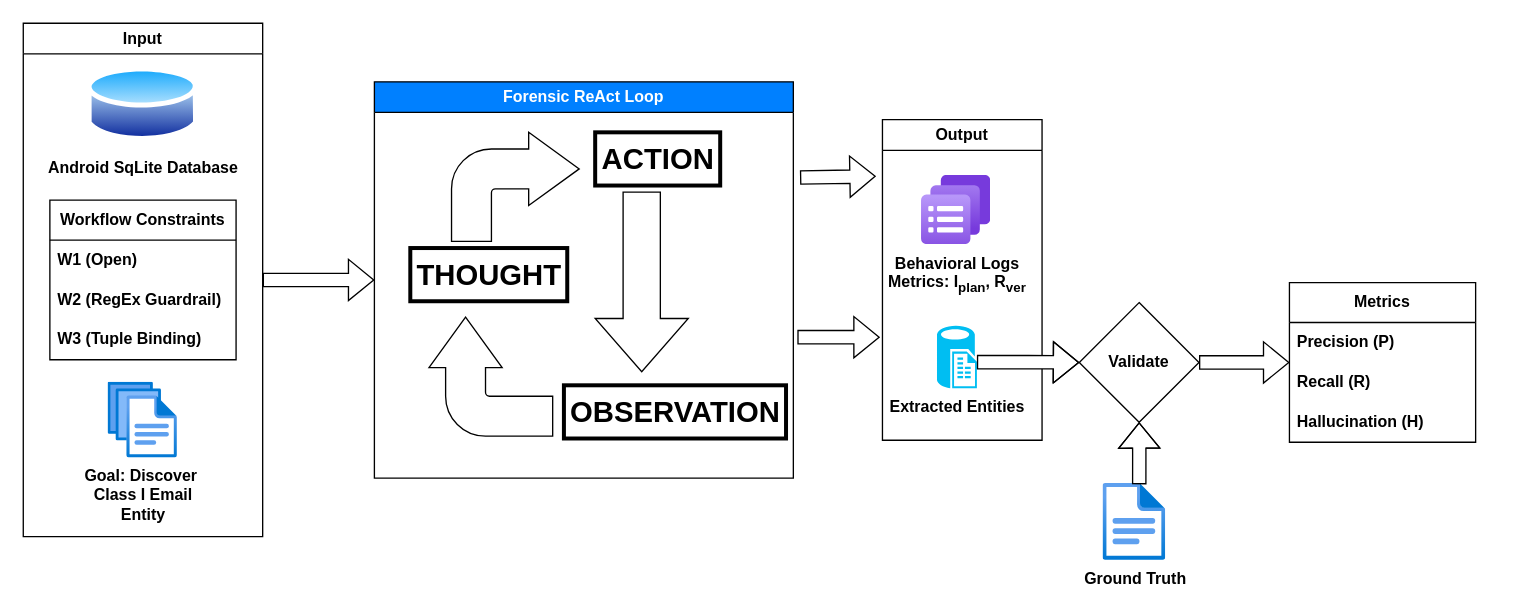
Before: page "Page-4" (2 of 2) of Agentic-Research.drawio in toyeafo/agentic-forensic-research, a draw.io diagram. Source tidied: cells renumbered, new cells numbered last; positions are measured from the earlier drawing's top-left corner, leaving out a move shared by most shapes. Both pictures are drawn from the tidied source at 133%, with x=0, y=0 at pixel (23, 23).
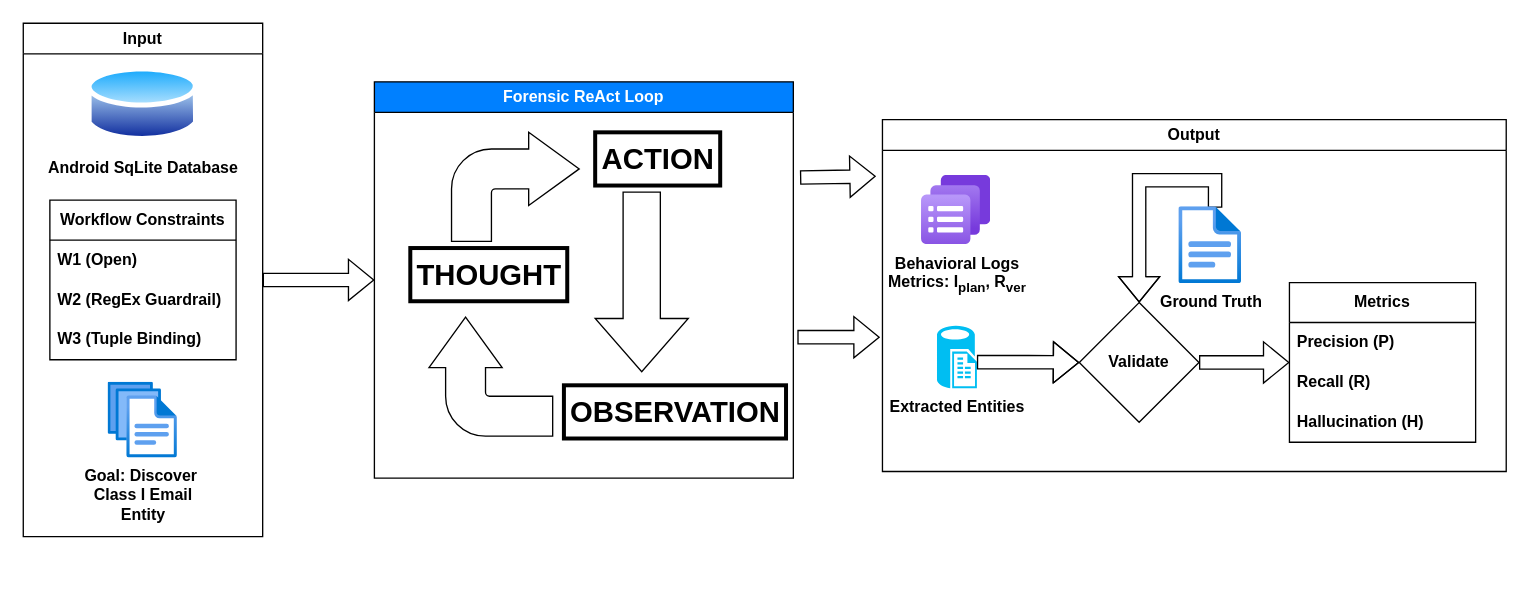
Above is the later version.

The change refers to these unchanged cells:
```xml
<mxCell id="12" value="&lt;b&gt;Validate&lt;/b&gt;" style="rhombus;whiteSpace=wrap;html=1;" parent="1" vertex="1">
  <mxGeometry x="794" y="210" width="90" height="90" as="geometry" />
</mxCell>
```

What changed in the source:
```diff
@@
-    <mxCell id="10" value="&lt;b&gt;Ground Truth&lt;/b&gt;" style="image;html=1;points=[];align=center;fontSize=12;image=img/lib/azure2/general/File.svg;" parent="1" vertex="1">
-      <mxGeometry x="812" y="346" width="47.1" height="58" as="geometry" />
-    </mxCell>
@@
-    <mxCell id="15" style="edgeStyle=orthogonalEdgeStyle;rounded=0;jettySize=auto;html=1;exitX=0.575;exitY=0.012;exitDx=0;exitDy=0;entryX=0.5;entryY=1;entryDx=0;entryDy=0;shape=flexArrow;fillColor=#FFFFFF;exitPerimeter=0;" parent="1" edge="1" source="10" target="12">
+    <mxCell id="15" style="edgeStyle=orthogonalEdgeStyle;rounded=0;jettySize=auto;html=1;exitX=0.575;exitY=0.012;exitDx=0;exitDy=0;entryX=0.5;entryY=0;entryDx=0;entryDy=0;shape=flexArrow;fillColor=#FFFFFF;exitPerimeter=0;" parent="1" edge="1" source="10" target="12">
       <mxGeometry relative="1" as="geometry" />
     </mxCell>
@@
     <mxCell id="27" value="Output" style="swimlane;whiteSpace=wrap;html=1;" parent="1" vertex="1">
-      <mxGeometry x="646" y="72.5" width="120" height="241" as="geometry" />
+      <mxGeometry x="646" y="72.5" width="469" height="264.5" as="geometry" />
     </mxCell>
@@
+    <mxCell id="10" value="&lt;b&gt;Ground Truth&lt;/b&gt;" style="image;html=1;points=[];align=center;fontSize=12;image=img/lib/azure2/general/File.svg;" parent="27" vertex="1">
+      <mxGeometry x="223" y="65.5" width="47.1" height="58" as="geometry" />
+    </mxCell>
```
